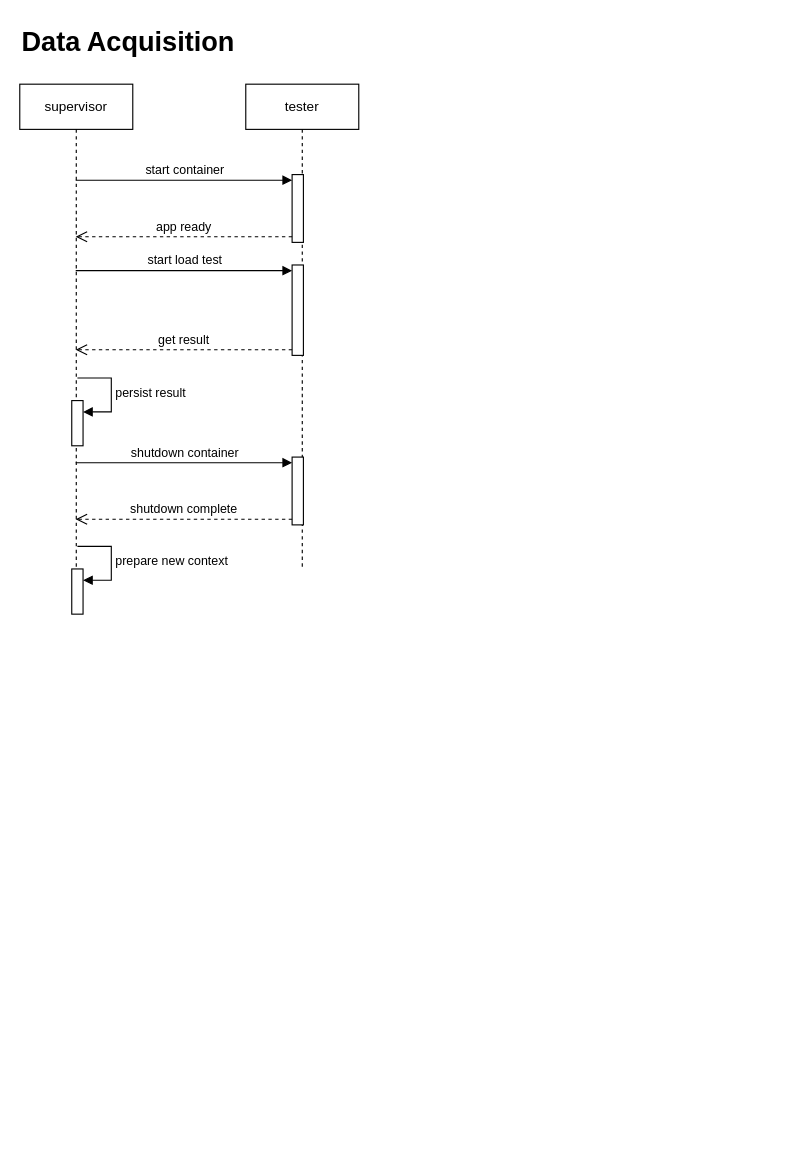
Earlier version of the draw.io diagram jvm-optimizer.drawio (wwingyou/jvm-optimizer). Source tidied: cells renumbered, new cells numbered last; positions are measured from the earlier drawing's top-left corner, leaving out a move shared by most shapes. Both pictures are drawn from the tidied source at 113%, with x=0, y=0 at pixel (19, 19). Pictures stored in the file or linked from it are replaced by grey dashed boxes.
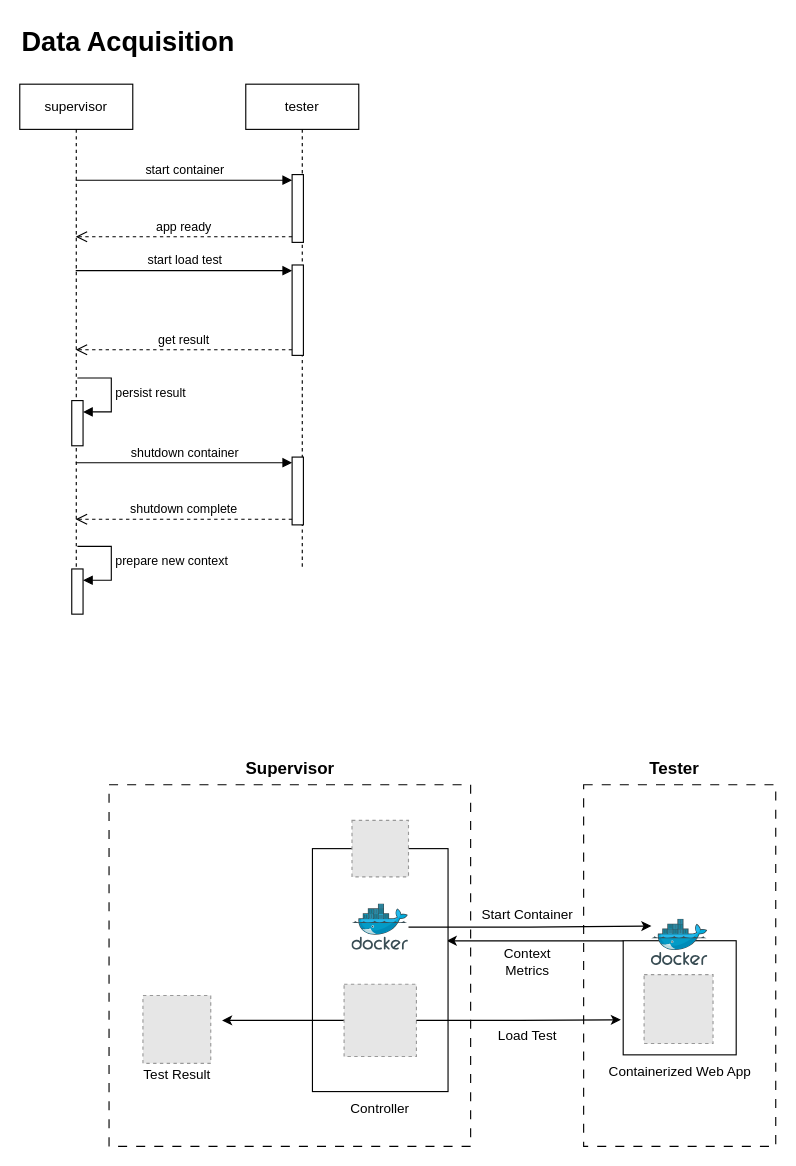
The same diagram, later.

The edit, as a diff of the source:
```diff
@@
+    <mxCell id="18" style="whiteSpace=wrap;html=1;dashed=1;dashPattern=8 8;" parent="1" vertex="1">
+      <mxGeometry x="499" y="677" width="170" height="320" as="geometry" />
+    </mxCell>
+    <mxCell id="19" style="whiteSpace=wrap;html=1;dashed=1;dashPattern=8 8;" parent="1" vertex="1">
+      <mxGeometry x="79" y="677" width="320" height="320" as="geometry" />
+    </mxCell>
@@
+    <mxCell id="20" style="group;" parent="1" vertex="1">
+      <mxGeometry x="509" y="796" width="150" height="150" as="geometry" />
+    </mxCell>
+    <mxCell id="21" style="whiteSpace=wrap;html=1;" parent="20" vertex="1">
+      <mxGeometry x="25" y="19" width="100" height="101" as="geometry" />
+    </mxCell>
+    <mxCell id="22" style="image;sketch=0;html=1;align=center;fontSize=12;image=img/lib/mscae/Docker.svg;" parent="20" vertex="1">
+      <mxGeometry x="50" width="50" height="41" as="geometry" />
+    </mxCell>
+    <mxCell id="23" style="fillColor=#E6E6E6;strokeColor=#999999;dashed=1;verticalLabelPosition=bottom;verticalAlign=top;" parent="20" vertex="1">
+      <mxGeometry x="43.5" y="49" width="61" height="61" as="geometry" />
+    </mxCell>
+    <mxCell id="24" value="Containerized Web App" style="text;html=1;align=center;verticalAlign=middle;strokeColor=none;fillColor=none;" parent="20" vertex="1">
+      <mxGeometry y="120" width="150" height="30" as="geometry" />
+    </mxCell>
+    <mxCell id="25" style="edgeStyle=none;orthogonalLoop=1;jettySize=auto;html=1;rounded=0;entryX=0.99;entryY=0.384;entryDx=0;entryDy=0;entryPerimeter=0;" parent="20" edge="1">
+      <mxGeometry relative="1" as="geometry">
+        <mxPoint x="25" y="19.1" as="sourcePoint" />
+        <mxPoint x="-131.2" y="19.1" as="targetPoint" />
+      </mxGeometry>
+    </mxCell>
+    <mxCell id="26" style="whiteSpace=wrap;html=1;" parent="1" vertex="1">
+      <mxGeometry x="259" y="733.5" width="120" height="215" as="geometry" />
+    </mxCell>
+    <mxCell id="27" style="fillColor=#E6E6E6;strokeColor=#999999;dashed=1;verticalLabelPosition=bottom;verticalAlign=top;" parent="1" vertex="1">
+      <mxGeometry x="294" y="708.5" width="50" height="50" as="geometry" />
+    </mxCell>
+    <mxCell id="28" style="edgeStyle=orthogonalEdgeStyle;rounded=0;jettySize=auto;html=1;" parent="1" edge="1" source="29">
+      <mxGeometry relative="1" as="geometry">
+        <mxPoint x="179" y="885.5" as="targetPoint" />
+      </mxGeometry>
+    </mxCell>
+    <mxCell id="29" style="fillColor=#E6E6E6;strokeColor=#999999;dashed=1;verticalLabelPosition=bottom;verticalAlign=top;" parent="1" vertex="1">
+      <mxGeometry x="287" y="853.5" width="64" height="64" as="geometry" />
+    </mxCell>
+    <mxCell id="30" style="image;sketch=0;html=1;points=[];align=center;fontSize=12;image=img/lib/mscae/Docker.svg;" parent="1" vertex="1">
+      <mxGeometry x="294" y="782.5" width="50" height="41" as="geometry" />
+    </mxCell>
+    <mxCell id="31" style="group;" parent="1" vertex="1">
+      <mxGeometry x="99" y="863.5" width="80" height="85" as="geometry" />
+    </mxCell>
+    <mxCell id="32" style="fillColor=#E6E6E6;strokeColor=#999999;dashed=1;verticalLabelPosition=bottom;verticalAlign=top;" parent="31" vertex="1">
+      <mxGeometry x="10" width="60" height="60" as="geometry" />
+    </mxCell>
+    <mxCell id="33" value="Test Result" style="text;html=1;align=center;verticalAlign=middle;strokeColor=none;fillColor=none;" parent="31" vertex="1">
+      <mxGeometry y="55" width="80" height="30" as="geometry" />
+    </mxCell>
+    <mxCell id="34" value="&lt;b&gt;Tester&lt;/b&gt;" style="text;html=1;align=center;verticalAlign=middle;strokeColor=none;fillColor=none;fontSize=15;" parent="1" vertex="1">
+      <mxGeometry x="544" y="647" width="70" height="30" as="geometry" />
+    </mxCell>
+    <mxCell id="35" value="&lt;b&gt;Supervisor&lt;/b&gt;" style="text;html=1;align=center;verticalAlign=middle;strokeColor=none;fillColor=none;fontSize=15;" parent="1" vertex="1">
+      <mxGeometry x="189" y="647" width="100" height="30" as="geometry" />
+    </mxCell>
+    <mxCell id="36" value="Controller" style="text;strokeColor=none;align=center;fillColor=none;html=1;verticalAlign=middle;whiteSpace=wrap;rounded=0;" parent="1" vertex="1">
+      <mxGeometry x="289" y="948.5" width="60" height="30" as="geometry" />
+    </mxCell>
+    <mxCell id="37" style="edgeStyle=orthogonalEdgeStyle;rounded=0;jettySize=auto;html=1;" parent="1" edge="1" source="30">
+      <mxGeometry relative="1" as="geometry">
+        <mxPoint x="559" y="802" as="targetPoint" />
+      </mxGeometry>
+    </mxCell>
+    <mxCell id="38" style="edgeStyle=orthogonalEdgeStyle;rounded=0;jettySize=auto;html=1;entryX=-0.02;entryY=0.693;entryDx=0;entryDy=0;entryPerimeter=0;" parent="1" edge="1" source="29" target="21">
+      <mxGeometry relative="1" as="geometry" />
+    </mxCell>
+    <mxCell id="39" value="Start Container" style="text;html=1;align=center;verticalAlign=middle;strokeColor=none;fillColor=none;" parent="1" vertex="1">
+      <mxGeometry x="399" y="777" width="100" height="30" as="geometry" />
+    </mxCell>
+    <mxCell id="40" value="Load Test" style="text;html=1;align=center;verticalAlign=middle;strokeColor=none;fillColor=none;" parent="1" vertex="1">
+      <mxGeometry x="409" y="884" width="80" height="30" as="geometry" />
+    </mxCell>
+    <mxCell id="41" value="Context&lt;div&gt;Metrics&lt;/div&gt;" style="text;html=1;align=center;verticalAlign=middle;strokeColor=none;fillColor=none;" parent="1" vertex="1">
+      <mxGeometry x="419" y="813.5" width="60" height="40" as="geometry" />
+    </mxCell>
```
